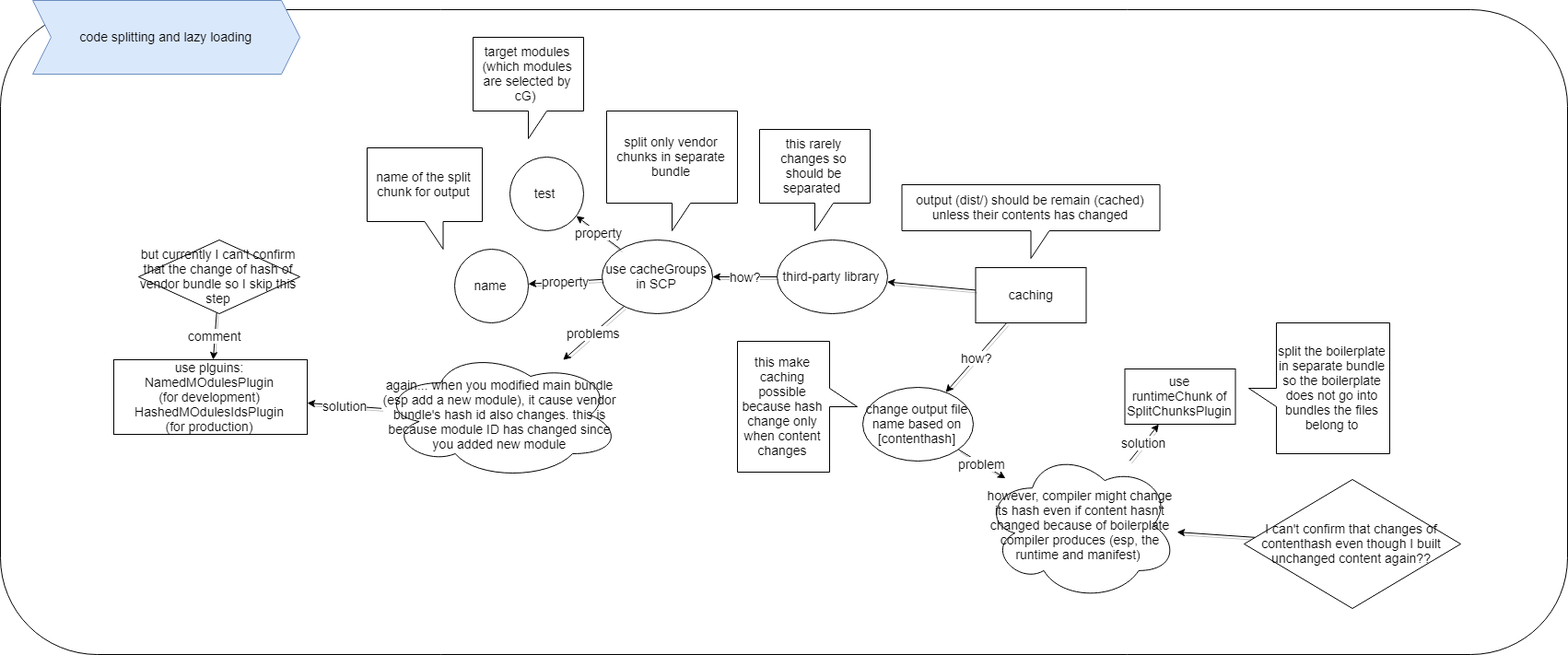
Earlier version of the draw.io export code_splitting_lazy_loading.png (stsiwo/webpack_concept). Source tidied: cells renumbered, new cells last; positions are measured from the earlier drawing's top-left corner, leaving out a move shared by most shapes.
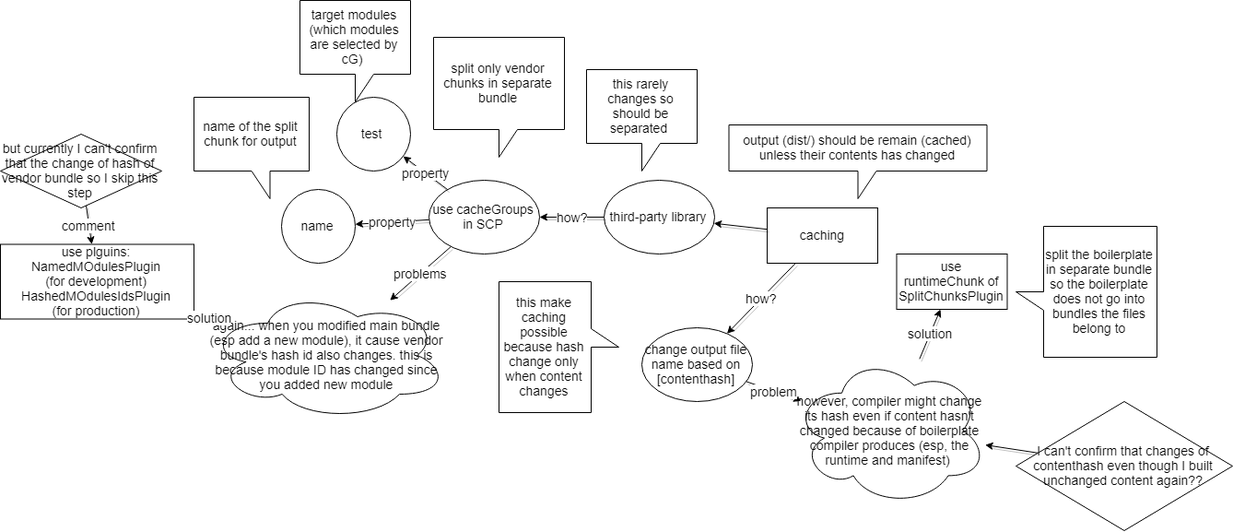
After the commit.

The edit, as a diff of the source:
```diff
@@ -2,104 +2,95 @@
   <root>
     <mxCell id="0" />
     <mxCell id="1" parent="0" />
-    <mxCell id="2" style="group;" parent="1" vertex="1">
-      <mxGeometry width="1701" height="710" as="geometry" />
-    </mxCell>
-    <mxCell id="3" style="rounded=1;whiteSpace=wrap;html=1;fontSize=14;" parent="2" vertex="1">
-      <mxGeometry y="10" width="1701" height="700" as="geometry" />
-    </mxCell>
-    <mxCell id="4" value="caching" style="rounded=0;whiteSpace=wrap;html=1;fontSize=14;" parent="2" vertex="1">
-      <mxGeometry x="1058.5" y="290" width="120" height="60" as="geometry" />
+    <mxCell id="4" value="caching" style="rounded=0;whiteSpace=wrap;html=1;fontSize=14;" parent="1" vertex="1">
+      <mxGeometry x="1020" y="290" width="120" height="60" as="geometry" />
     </mxCell>
-    <mxCell id="5" value="output (dist/) should be remain (cached) unless their contents has changed" style="shape=callout;whiteSpace=wrap;html=1;perimeter=calloutPerimeter;fontSize=14;" parent="2" vertex="1">
+    <mxCell id="5" value="output (dist/) should be remain (cached) unless their contents has changed" style="shape=callout;whiteSpace=wrap;html=1;perimeter=calloutPerimeter;fontSize=14;" parent="1" vertex="1">
       <mxGeometry x="978.5" y="200" width="280" height="80" as="geometry" />
     </mxCell>
-    <mxCell id="6" value="change output file name based on [contenthash]" style="ellipse;whiteSpace=wrap;html=1;fontSize=14;" parent="2" vertex="1">
-      <mxGeometry x="936" y="420" width="120" height="80" as="geometry" />
+    <mxCell id="6" value="change output file name based on [contenthash]" style="ellipse;whiteSpace=wrap;html=1;fontSize=14;" parent="1" vertex="1">
+      <mxGeometry x="884" y="420" width="120" height="80" as="geometry" />
     </mxCell>
-    <mxCell id="7" value="how?" style="edgeStyle=none;rounded=0;html=1;shadow=1;labelBackgroundColor=#FFFFFF;startArrow=none;startFill=0;endArrow=classic;endFill=1;jettySize=auto;fontSize=14;" parent="2" edge="1" source="4" target="6">
+    <mxCell id="7" value="how?" style="edgeStyle=none;rounded=0;html=1;shadow=1;labelBackgroundColor=#FFFFFF;startArrow=none;startFill=0;endArrow=classic;endFill=1;jettySize=auto;fontSize=14;" parent="1" edge="1" source="4" target="6">
       <mxGeometry relative="1" as="geometry" />
     </mxCell>
-    <mxCell id="8" value="this make caching possible because hash change only when content changes" style="shape=callout;whiteSpace=wrap;html=1;perimeter=calloutPerimeter;fontSize=14;direction=north;" parent="2" vertex="1">
-      <mxGeometry x="800" y="370" width="130" height="142" as="geometry" />
+    <mxCell id="8" value="this make caching possible because hash change only when content changes" style="shape=callout;whiteSpace=wrap;html=1;perimeter=calloutPerimeter;fontSize=14;direction=north;" parent="1" vertex="1">
+      <mxGeometry x="729" y="370" width="130" height="142" as="geometry" />
     </mxCell>
-    <mxCell id="9" value="however, compiler might change its hash even if content hasn't changed because of boilerplate compiler produces (esp, the runtime and manifest)&amp;nbsp;" style="ellipse;shape=cloud;whiteSpace=wrap;html=1;fontSize=14;" parent="2" vertex="1">
-      <mxGeometry x="1067.5" y="488.5" width="210" height="163" as="geometry" />
+    <mxCell id="9" value="however, compiler might change its hash even if content hasn't changed because of boilerplate compiler produces (esp, the runtime and manifest)&amp;nbsp;" style="ellipse;shape=cloud;whiteSpace=wrap;html=1;fontSize=14;" parent="1" vertex="1">
+      <mxGeometry x="1048.5" y="450" width="210" height="163" as="geometry" />
     </mxCell>
-    <mxCell id="10" value="problem" style="edgeStyle=none;rounded=0;html=1;shadow=1;labelBackgroundColor=#FFFFFF;startArrow=none;startFill=0;endArrow=classic;endFill=1;jettySize=auto;fontSize=14;" parent="2" edge="1" source="6" target="9">
+    <mxCell id="10" value="problem" style="edgeStyle=none;rounded=0;html=1;shadow=1;labelBackgroundColor=#FFFFFF;startArrow=none;startFill=0;endArrow=classic;endFill=1;jettySize=auto;fontSize=14;" parent="1" edge="1" source="6" target="9">
       <mxGeometry relative="1" as="geometry" />
     </mxCell>
-    <mxCell id="11" value="use&lt;br&gt;runtimeChunk of SplitChunksPlugin" style="rounded=0;whiteSpace=wrap;html=1;fontSize=14;" parent="2" vertex="1">
-      <mxGeometry x="1220.5" y="400" width="120" height="60" as="geometry" />
+    <mxCell id="11" value="use&lt;br&gt;runtimeChunk of SplitChunksPlugin" style="rounded=0;whiteSpace=wrap;html=1;fontSize=14;" parent="1" vertex="1">
+      <mxGeometry x="1160.5" y="340" width="120" height="60" as="geometry" />
     </mxCell>
-    <mxCell id="12" value="solution" style="edgeStyle=none;rounded=0;html=1;shadow=1;labelBackgroundColor=#FFFFFF;startArrow=none;startFill=0;endArrow=classic;endFill=1;jettySize=auto;fontSize=14;" parent="2" edge="1" source="9" target="11">
+    <mxCell id="12" value="solution" style="edgeStyle=none;rounded=0;html=1;shadow=1;labelBackgroundColor=#FFFFFF;startArrow=none;startFill=0;endArrow=classic;endFill=1;jettySize=auto;fontSize=14;" parent="1" edge="1" source="9" target="11">
       <mxGeometry relative="1" as="geometry" />
     </mxCell>
-    <mxCell id="13" value="split the boilerplate in separate bundle so the boilerplate does not go into bundles the files belong to" style="shape=callout;whiteSpace=wrap;html=1;perimeter=calloutPerimeter;fontSize=14;direction=south;" parent="2" vertex="1">
-      <mxGeometry x="1355" y="350" width="153" height="142" as="geometry" />
+    <mxCell id="13" value="split the boilerplate in separate bundle so the boilerplate does not go into bundles the files belong to" style="shape=callout;whiteSpace=wrap;html=1;perimeter=calloutPerimeter;fontSize=14;direction=south;" parent="1" vertex="1">
+      <mxGeometry x="1290" y="310" width="153" height="142" as="geometry" />
     </mxCell>
-    <mxCell id="14" value="third-party library" style="ellipse;whiteSpace=wrap;html=1;fontSize=14;" parent="2" vertex="1">
+    <mxCell id="14" value="third-party library" style="ellipse;whiteSpace=wrap;html=1;fontSize=14;" parent="1" vertex="1">
       <mxGeometry x="843" y="260" width="120" height="80" as="geometry" />
     </mxCell>
-    <mxCell id="15" style="edgeStyle=none;rounded=0;html=1;shadow=1;labelBackgroundColor=#FFFFFF;startArrow=none;startFill=0;endArrow=classic;endFill=1;jettySize=auto;fontSize=14;" parent="2" edge="1" source="4" target="14">
+    <mxCell id="15" style="edgeStyle=none;rounded=0;html=1;shadow=1;labelBackgroundColor=#FFFFFF;startArrow=none;startFill=0;endArrow=classic;endFill=1;jettySize=auto;fontSize=14;" parent="1" edge="1" source="4" target="14">
       <mxGeometry relative="1" as="geometry" />
     </mxCell>
-    <mxCell id="16" value="this rarely changes so should be separated&amp;nbsp;" style="shape=callout;whiteSpace=wrap;html=1;perimeter=calloutPerimeter;fontSize=14;" parent="2" vertex="1">
+    <mxCell id="16" value="this rarely changes so should be separated&amp;nbsp;" style="shape=callout;whiteSpace=wrap;html=1;perimeter=calloutPerimeter;fontSize=14;" parent="1" vertex="1">
       <mxGeometry x="824" y="140" width="120" height="110" as="geometry" />
     </mxCell>
-    <mxCell id="17" value="use cacheGroups&lt;br&gt;in SCP&lt;br&gt;" style="ellipse;whiteSpace=wrap;html=1;fontSize=14;" parent="2" vertex="1">
+    <mxCell id="17" value="use cacheGroups&lt;br&gt;in SCP&lt;br&gt;" style="ellipse;whiteSpace=wrap;html=1;fontSize=14;" parent="1" vertex="1">
       <mxGeometry x="653" y="260" width="120" height="80" as="geometry" />
     </mxCell>
-    <mxCell id="18" value="how?" style="edgeStyle=none;rounded=0;html=1;shadow=1;labelBackgroundColor=#FFFFFF;startArrow=none;startFill=0;endArrow=classic;endFill=1;jettySize=auto;fontSize=14;" parent="2" edge="1" source="14" target="17">
+    <mxCell id="18" value="how?" style="edgeStyle=none;rounded=0;html=1;shadow=1;labelBackgroundColor=#FFFFFF;startArrow=none;startFill=0;endArrow=classic;endFill=1;jettySize=auto;fontSize=14;" parent="1" edge="1" source="14" target="17">
       <mxGeometry relative="1" as="geometry" />
     </mxCell>
-    <mxCell id="19" style="edgeStyle=none;rounded=0;html=1;shadow=1;labelBackgroundColor=#FFFFFF;startArrow=none;startFill=0;endArrow=classic;endFill=1;jettySize=auto;fontSize=14;" parent="2" edge="1" source="20" target="9">
+    <mxCell id="19" style="edgeStyle=none;rounded=0;html=1;shadow=1;labelBackgroundColor=#FFFFFF;startArrow=none;startFill=0;endArrow=classic;endFill=1;jettySize=auto;fontSize=14;" parent="1" edge="1" source="20" target="9">
       <mxGeometry relative="1" as="geometry" />
     </mxCell>
-    <mxCell id="20" value="I can't confirm that changes of contenthash even though I built unchanged content again??" style="rhombus;whiteSpace=wrap;html=1;fontSize=14;" parent="2" vertex="1">
-      <mxGeometry x="1350" y="520" width="235" height="140" as="geometry" />
+    <mxCell id="20" value="I can't confirm that changes of contenthash even though I built unchanged content again??" style="rhombus;whiteSpace=wrap;html=1;fontSize=14;" parent="1" vertex="1">
+      <mxGeometry x="1290" y="500" width="235" height="140" as="geometry" />
     </mxCell>
-    <mxCell id="21" value="test&amp;nbsp;" style="ellipse;whiteSpace=wrap;html=1;fontSize=14;" parent="2" vertex="1">
+    <mxCell id="21" value="test&amp;nbsp;" style="ellipse;whiteSpace=wrap;html=1;fontSize=14;" parent="1" vertex="1">
       <mxGeometry x="553" y="170" width="80" height="80" as="geometry" />
     </mxCell>
-    <mxCell id="22" value="property" style="edgeStyle=none;rounded=0;html=1;shadow=1;labelBackgroundColor=#FFFFFF;startArrow=none;startFill=0;endArrow=classic;endFill=1;jettySize=auto;fontSize=14;" parent="2" edge="1" source="17" target="21">
+    <mxCell id="22" value="property" style="edgeStyle=none;rounded=0;html=1;shadow=1;labelBackgroundColor=#FFFFFF;startArrow=none;startFill=0;endArrow=classic;endFill=1;jettySize=auto;fontSize=14;" parent="1" edge="1" source="17" target="21">
       <mxGeometry relative="1" as="geometry" />
     </mxCell>
-    <mxCell id="23" value="target modules (which modules are selected by cG)&amp;nbsp;" style="shape=callout;whiteSpace=wrap;html=1;perimeter=calloutPerimeter;fontSize=14;" parent="2" vertex="1">
-      <mxGeometry x="513" y="40" width="120" height="110" as="geometry" />
+    <mxCell id="23" value="target modules (which modules are selected by cG)&amp;nbsp;" style="shape=callout;whiteSpace=wrap;html=1;perimeter=calloutPerimeter;fontSize=14;" parent="1" vertex="1">
+      <mxGeometry x="513" y="65" width="120" height="110" as="geometry" />
     </mxCell>
-    <mxCell id="24" value="name" style="ellipse;whiteSpace=wrap;html=1;fontSize=14;" parent="2" vertex="1">
+    <mxCell id="24" value="name" style="ellipse;whiteSpace=wrap;html=1;fontSize=14;" parent="1" vertex="1">
       <mxGeometry x="493" y="270" width="80" height="80" as="geometry" />
     </mxCell>
-    <mxCell id="25" value="property" style="edgeStyle=none;rounded=0;html=1;shadow=1;labelBackgroundColor=#FFFFFF;startArrow=none;startFill=0;endArrow=classic;endFill=1;jettySize=auto;fontSize=14;" parent="2" edge="1" source="17" target="24">
+    <mxCell id="25" value="property" style="edgeStyle=none;rounded=0;html=1;shadow=1;labelBackgroundColor=#FFFFFF;startArrow=none;startFill=0;endArrow=classic;endFill=1;jettySize=auto;fontSize=14;" parent="1" edge="1" source="17" target="24">
       <mxGeometry relative="1" as="geometry" />
     </mxCell>
-    <mxCell id="26" value="name of the split chunk for output" style="shape=callout;whiteSpace=wrap;html=1;perimeter=calloutPerimeter;fontSize=14;position2=0.66;" parent="2" vertex="1">
-      <mxGeometry x="398" y="160" width="125" height="110" as="geometry" />
+    <mxCell id="26" value="name of the split chunk for output" style="shape=callout;whiteSpace=wrap;html=1;perimeter=calloutPerimeter;fontSize=14;position2=0.66;" parent="1" vertex="1">
+      <mxGeometry x="398" y="170" width="125" height="110" as="geometry" />
     </mxCell>
-    <mxCell id="27" value="again... when you modified main bundle (esp add a new module), it cause vendor bundle's hash id also changes. this is because module ID has changed since you added new module" style="ellipse;shape=cloud;whiteSpace=wrap;html=1;fontSize=14;" parent="2" vertex="1">
+    <mxCell id="27" value="again... when you modified main bundle (esp add a new module), it cause vendor bundle's hash id also changes. this is because module ID has changed since you added new module" style="ellipse;shape=cloud;whiteSpace=wrap;html=1;fontSize=14;" parent="1" vertex="1">
       <mxGeometry x="413" y="380" width="260" height="140" as="geometry" />
     </mxCell>
-    <mxCell id="28" value="problems" style="edgeStyle=none;rounded=0;html=1;shadow=1;labelBackgroundColor=#FFFFFF;startArrow=none;startFill=0;endArrow=classic;endFill=1;jettySize=auto;fontSize=14;" parent="2" edge="1" source="17" target="27">
+    <mxCell id="28" value="problems" style="edgeStyle=none;rounded=0;html=1;shadow=1;labelBackgroundColor=#FFFFFF;startArrow=none;startFill=0;endArrow=classic;endFill=1;jettySize=auto;fontSize=14;" parent="1" edge="1" source="17" target="27">
       <mxGeometry relative="1" as="geometry" />
     </mxCell>
-    <mxCell id="29" value="split only vendor chunks in separate bundle" style="shape=callout;whiteSpace=wrap;html=1;perimeter=calloutPerimeter;fontSize=14;direction=east;" parent="2" vertex="1">
-      <mxGeometry x="658" y="120" width="142" height="130" as="geometry" />
+    <mxCell id="29" value="split only vendor chunks in separate bundle" style="shape=callout;whiteSpace=wrap;html=1;perimeter=calloutPerimeter;fontSize=14;direction=east;" parent="1" vertex="1">
+      <mxGeometry x="658" y="105" width="142" height="130" as="geometry" />
     </mxCell>
-    <mxCell id="30" value="use plguins:&lt;br&gt;NamedMOdulesPlugin&lt;br&gt;(for development)&lt;br&gt;HashedMOdulesIdsPlugin&lt;br&gt;(for production)&lt;br&gt;" style="rounded=0;whiteSpace=wrap;html=1;fontSize=14;" parent="2" vertex="1">
-      <mxGeometry x="123" y="390" width="210" height="81" as="geometry" />
+    <mxCell id="30" value="use plguins:&lt;br&gt;NamedMOdulesPlugin&lt;br&gt;(for development)&lt;br&gt;HashedMOdulesIdsPlugin&lt;br&gt;(for production)&lt;br&gt;" style="rounded=0;whiteSpace=wrap;html=1;fontSize=14;" parent="1" vertex="1">
+      <mxGeometry x="188" y="329.5" width="210" height="81" as="geometry" />
     </mxCell>
-    <mxCell id="31" value="solution" style="edgeStyle=none;rounded=0;html=1;shadow=1;labelBackgroundColor=#FFFFFF;startArrow=none;startFill=0;endArrow=classic;endFill=1;jettySize=auto;fontSize=14;" parent="2" edge="1" source="27" target="30">
+    <mxCell id="31" value="solution" style="edgeStyle=none;rounded=0;html=1;shadow=1;labelBackgroundColor=#FFFFFF;startArrow=none;startFill=0;endArrow=classic;endFill=1;jettySize=auto;fontSize=14;" parent="1" edge="1" source="27" target="30">
       <mxGeometry relative="1" as="geometry" />
     </mxCell>
-    <mxCell id="32" value="comment" style="edgeStyle=none;rounded=0;html=1;shadow=1;labelBackgroundColor=#FFFFFF;startArrow=none;startFill=0;endArrow=classic;endFill=1;jettySize=auto;fontSize=14;" parent="2" edge="1" source="33" target="30">
+    <mxCell id="32" value="comment" style="edgeStyle=none;rounded=0;html=1;shadow=1;labelBackgroundColor=#FFFFFF;startArrow=none;startFill=0;endArrow=classic;endFill=1;jettySize=auto;fontSize=14;" parent="1" edge="1" source="33" target="30">
       <mxGeometry relative="1" as="geometry" />
     </mxCell>
-    <mxCell id="33" value="but currently I can't confirm that the change of hash of vendor bundle so I skip this step" style="rhombus;whiteSpace=wrap;html=1;fontSize=14;" parent="2" vertex="1">
-      <mxGeometry x="150" y="260" width="175" height="80" as="geometry" />
+    <mxCell id="33" value="but currently I can't confirm that the change of hash of vendor bundle so I skip this step" style="rhombus;whiteSpace=wrap;html=1;fontSize=14;" parent="1" vertex="1">
+      <mxGeometry x="188" y="210" width="175" height="80" as="geometry" />
     </mxCell>
-    <mxCell id="34" value="code splitting and lazy loading" style="shape=step;perimeter=stepPerimeter;whiteSpace=wrap;html=1;fixedSize=1;fontSize=14;fillColor=#dae8fc;strokeColor=#6c8ebf;" parent="2" vertex="1">
-      <mxGeometry x="35" width="290" height="80" as="geometry" />
-    </mxCell>
   </root>
 </mxGraphModel>
```
